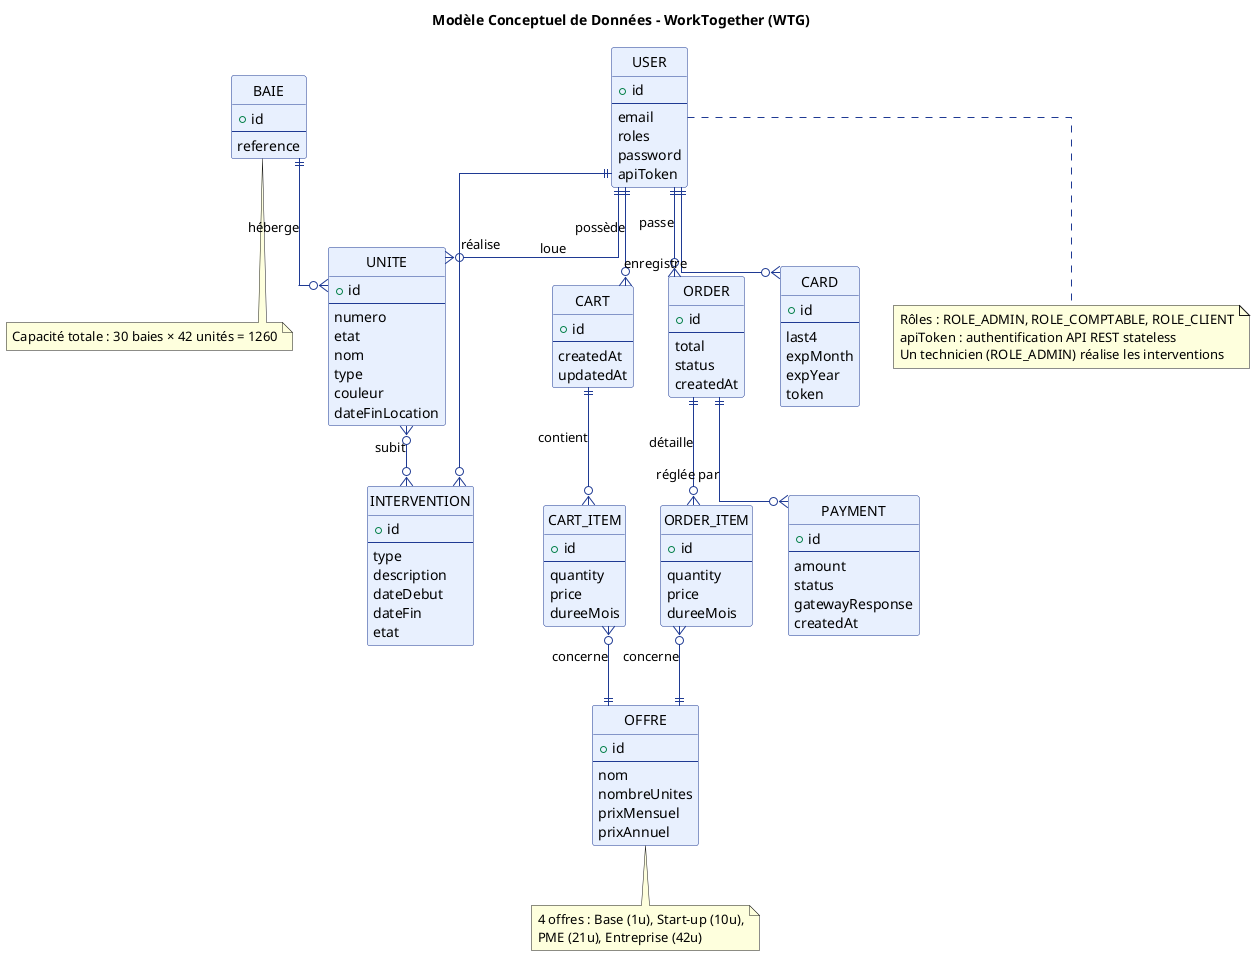
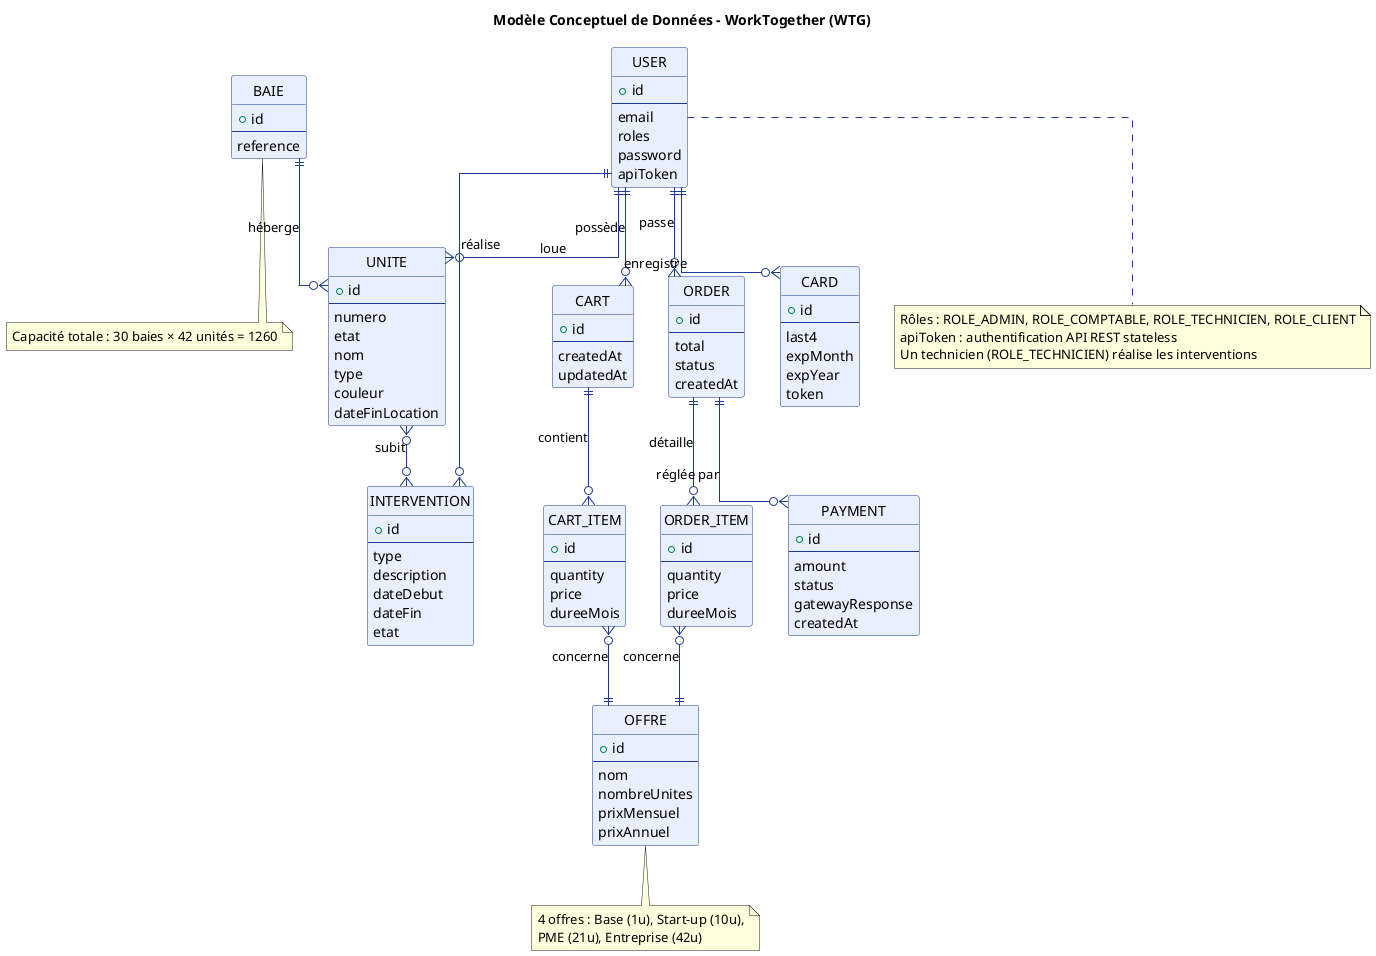
@startuml MCD - WorkTogether
!define MCD
title Modèle Conceptuel de Données - WorkTogether (WTG)

skinparam class {
    BackgroundColor #E8F0FE
    BorderColor #1F3A93
    ArrowColor #1F3A93
    FontName Arial
}
skinparam linetype ortho
hide circle
hide methods

' ============= ENTITÉS =============

entity USER {
    + id
    --
    email
    roles
    password
    apiToken
}

entity OFFRE {
    + id
    --
    nom
    nombreUnites
    prixMensuel
    prixAnnuel
}

entity BAIE {
    + id
    --
    reference
}

entity UNITE {
    + id
    --
    numero
    etat
    nom
    type
    couleur
    dateFinLocation
}

entity CART {
    + id
    --
    createdAt
    updatedAt
}

entity CART_ITEM {
    + id
    --
    quantity
    price
    dureeMois
}

entity "ORDER" as CMD {
    + id
    --
    total
    status
    createdAt
}

entity ORDER_ITEM {
    + id
    --
    quantity
    price
    dureeMois
}

entity PAYMENT {
    + id
    --
    amount
    status
    gatewayResponse
    createdAt
}

entity CARD {
    + id
    --
    last4
    expMonth
    expYear
    token
}

entity INTERVENTION {
    + id
    --
    type
    description
    dateDebut
    dateFin
    etat
}

' ============= ASSOCIATIONS =============

USER ||--o{ CART : "possède"
USER ||--o{ CMD : "passe"
USER ||--o{ CARD : "enregistre"
USER ||--o{ UNITE : "loue"
USER ||--o{ INTERVENTION : "réalise"

CART ||--o{ CART_ITEM : "contient"
CART_ITEM }o--|| OFFRE : "concerne"

CMD ||--o{ ORDER_ITEM : "détaille"
ORDER_ITEM }o--|| OFFRE : "concerne"
CMD ||--o{ PAYMENT : "réglée par"

BAIE ||--o{ UNITE : "héberge"
UNITE }o--o{ INTERVENTION : "subit"

note bottom of USER
-   Rôles : ROLE_ADMIN, ROLE_COMPTABLE, ROLE_CLIENT
+   Rôles : ROLE_ADMIN, ROLE_COMPTABLE, ROLE_TECHNICIEN, ROLE_CLIENT
  apiToken : authentification API REST stateless
-   Un technicien (ROLE_ADMIN) réalise les interventions
+   Un technicien (ROLE_TECHNICIEN) réalise les interventions
end note

note bottom of OFFRE
  4 offres : Base (1u), Start-up (10u),
  PME (21u), Entreprise (42u)
end note

note bottom of BAIE
  Capacité totale : 30 baies × 42 unités = 1260
end note

@enduml
